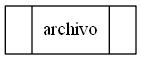
Above: im_img_rep.png in elimazariegos/EDD_2S2019_PY1_201709426 (Graphviz), before the change. Its source is kept beside it as im_img_rep.dot.
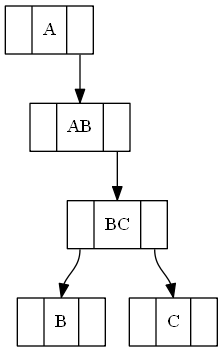
The same diagram one commit later.

What changed in the source:
```diff
@@ -1,5 +1,13 @@
 digraph g{
 node [shape = record, heigth=.1];
-capaarchivo[label= "<f0>|<f1>archivo|<f2>"];
+capaA[label= "<f0>|<f1>A|<f2>"];
+"capaA":f2 -> "capaAB":f1;
+capaAB[label= "<f0>|<f1>AB|<f2>"];
+"capaAB":f2 -> "capaBC":f1;
+capaB[label= "<f0>|<f1>B|<f2>"];
+capaBC[label= "<f0>|<f1>BC|<f2>"];
+"capaBC":f2 -> "capaC":f1;
+"capaBC":f0 -> "capaB":f1;
+capaC[label= "<f0>|<f1>C|<f2>"];
 
 }
```
